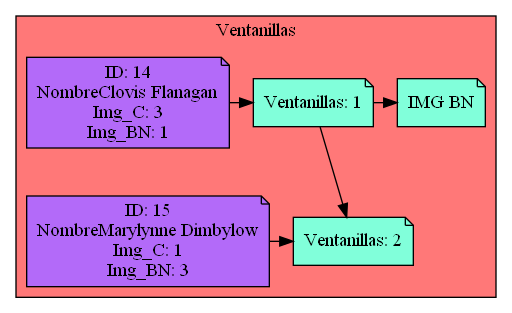
Serch-ING/EDD_UDRAWING_202000119 keeps this Graphviz diagram as Simple_Windows.png. Above is the earlier version. Its source is kept beside it as Simple_Windows.dot.
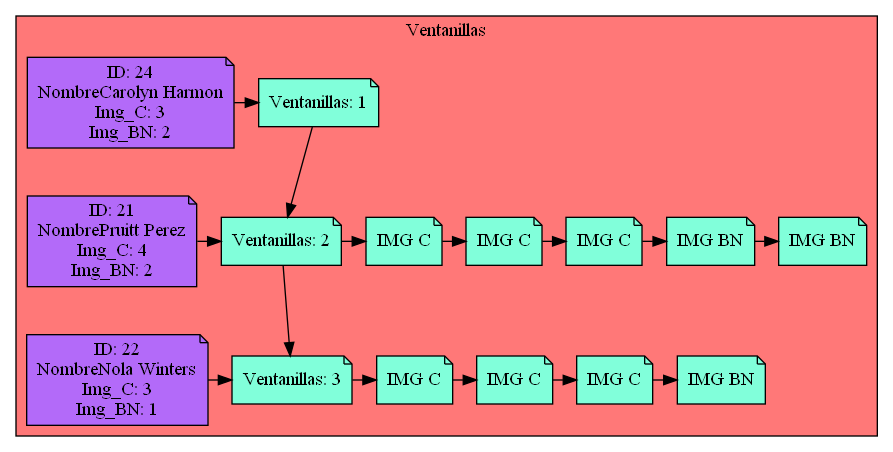
Above is the later version.

The edit, as a diff of the source:
```diff
@@ -3,24 +3,51 @@
 subgraph cluster_p{
     label= " Ventanillas "
     bgcolor = "#FF7878"
-Nodo1661081225[label="Ventanillas: 1",fillcolor="#81FFDA",group=1]
-Nodo1882554559[label="Ventanillas: 2",fillcolor="#81FFDA",group=2]
+Nodo776700275[label="Ventanillas: 1",fillcolor="#81FFDA",group=1]
+Nodo118394766[label="Ventanillas: 2",fillcolor="#81FFDA",group=2]
+Nodo1259014228[label="Ventanillas: 3",fillcolor="#81FFDA",group=3]
 
-Nodo1661081225 -> Nodo1882554559
+Nodo776700275 -> Nodo118394766
 
-Cliente771775563[label="ID: 14
-NombreClovis Flanagan
+Cliente1092572064[label="ID: 24
+NombreCarolyn Harmon
 Img_C: 3
-Img_BN: 1",fillcolor="#B36AF9",group=1]
-Cliente771775563-> Nodo1661081225
-Nodo1332668132[label="IMG BN",fillcolor="#81FFDA"]
+Img_BN: 2",fillcolor="#B36AF9",group=1]
+Cliente1092572064-> Nodo776700275
+{rank=same;Nodo776700275,Cliente1092572064}
+Nodo118394766 -> Nodo1259014228
 
-Nodo1661081225 -> Nodo1332668132
+Cliente1764696127[label="ID: 21
+NombrePruitt Perez
+Img_C: 4
+Img_BN: 2",fillcolor="#B36AF9",group=2]
+Cliente1764696127-> Nodo118394766
+Nodo728885526[label="IMG C",fillcolor="#81FFDA"]
+Nodo1636506029[label="IMG C",fillcolor="#81FFDA"]
+Nodo898694235[label="IMG C",fillcolor="#81FFDA"]
+Nodo873610597[label="IMG BN",fillcolor="#81FFDA"]
+Nodo348984985[label="IMG BN",fillcolor="#81FFDA"]
+Nodo728885526 -> Nodo1636506029
+Nodo1636506029 -> Nodo898694235
+Nodo898694235 -> Nodo873610597
+Nodo873610597 -> Nodo348984985
 
-{rank=same;Nodo1661081225,Cliente771775563,Nodo1332668132}
-Cliente1147580192[label="ID: 15
-NombreMarylynne Dimbylow
-Img_C: 1
-Img_BN: 3",fillcolor="#B36AF9",group=2]
-Cliente1147580192-> Nodo1882554559
-{rank=same;Nodo1882554559,Cliente1147580192}}}
+Nodo118394766 -> Nodo728885526
+
+{rank=same;Nodo118394766,Cliente1764696127,Nodo728885526,Nodo1636506029,Nodo898694235,Nodo873610597,Nodo348984985}
+Cliente2005435445[label="ID: 22
+NombreNola Winters
+Img_C: 3
+Img_BN: 1",fillcolor="#B36AF9",group=3]
+Cliente2005435445-> Nodo1259014228
+Nodo922511709[label="IMG C",fillcolor="#81FFDA"]
+Nodo758348212[label="IMG C",fillcolor="#81FFDA"]
+Nodo60292059[label="IMG C",fillcolor="#81FFDA"]
+Nodo1497845528[label="IMG BN",fillcolor="#81FFDA"]
+Nodo922511709 -> Nodo758348212
+Nodo758348212 -> Nodo60292059
+Nodo60292059 -> Nodo1497845528
+
+Nodo1259014228 -> Nodo922511709
+
+{rank=same;Nodo1259014228,Cliente2005435445,Nodo922511709,Nodo758348212,Nodo60292059,Nodo1497845528}}}
```
